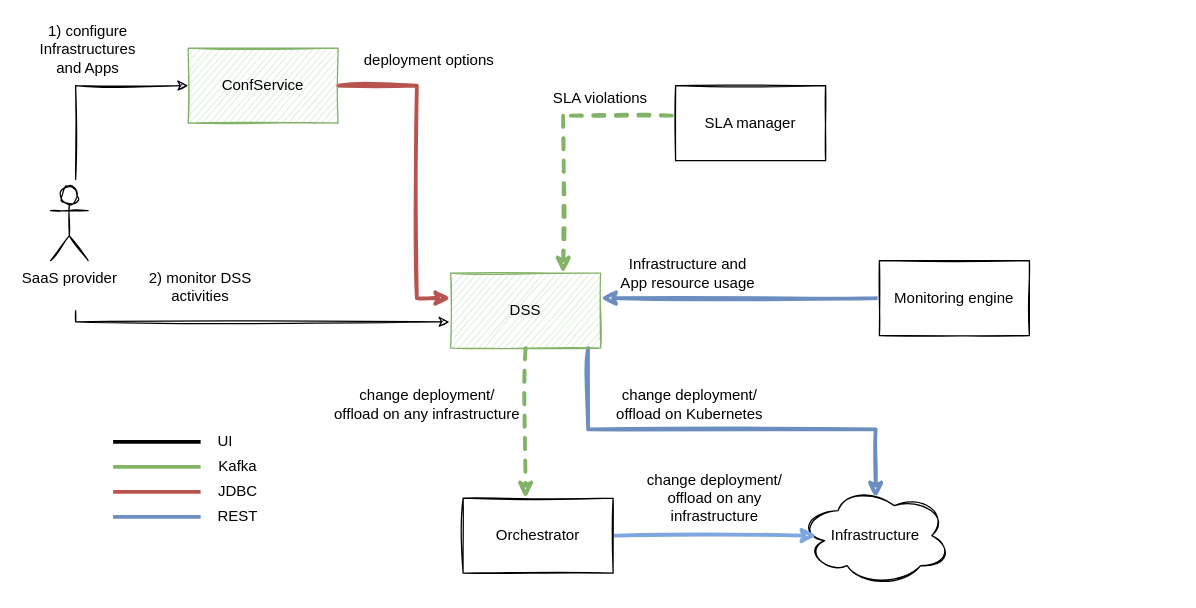
redblade/confservicedss keeps this draw.io diagram as doc/architecture/confservice_dss.drawio. Above is the earlier version. Source tidied: cells renumbered, new cells numbered last; positions are measured from the earlier drawing's top-left corner, leaving out a move shared by most shapes. Both pictures are drawn from the tidied source at 125%, with x=0, y=0 at pixel (25, 48).
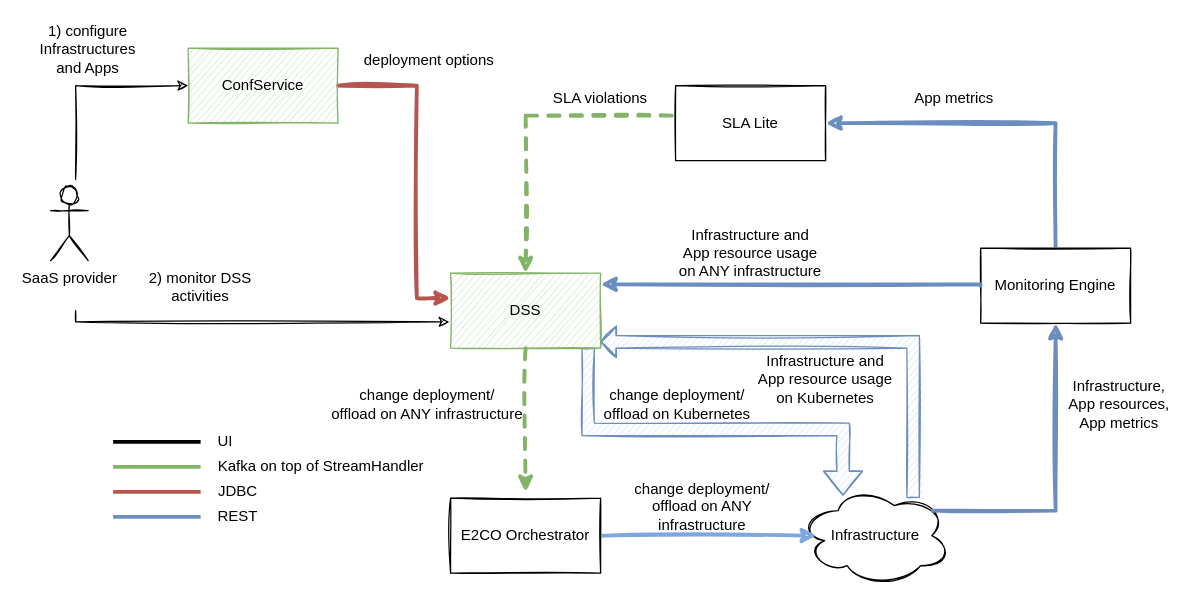
Above is the later version.

Unchanged cells that the change refers to:
```xml
<mxCell id="6" value="DSS" style="rounded=0;whiteSpace=wrap;html=1;sketch=1;fillColor=#d5e8d4;strokeColor=#82b366;" parent="1" vertex="1">
  <mxGeometry x="340" y="180" width="120" height="60" as="geometry" />
</mxCell>
<mxCell id="22" value="Infrastructure" style="ellipse;shape=cloud;whiteSpace=wrap;html=1;shadow=0;sketch=1;" parent="1" vertex="1">
  <mxGeometry x="620" y="350" width="120" height="80" as="geometry" />
</mxCell>
```

What changed in the source:
```diff
@@
-    <mxCell id="4" value="SLA manager" style="rounded=0;whiteSpace=wrap;html=1;sketch=1;" parent="1" vertex="1">
+    <mxCell id="4" value="SLA Lite" style="rounded=0;whiteSpace=wrap;html=1;sketch=1;" parent="1" vertex="1">
       <mxGeometry x="520" y="30" width="120" height="60" as="geometry" />
     </mxCell>
-    <mxCell id="5" style="edgeStyle=orthogonalEdgeStyle;rounded=0;sketch=1;jettySize=auto;html=1;entryX=0.5;entryY=0.125;entryDx=0;entryDy=0;entryPerimeter=0;strokeColor=#6c8ebf;strokeWidth=3;fillColor=#dae8fc;" parent="1" edge="1" source="6" target="22">
+    <mxCell id="5" style="edgeStyle=orthogonalEdgeStyle;rounded=0;sketch=1;jettySize=auto;html=1;entryX=0.283;entryY=0.1;entryDx=0;entryDy=0;entryPerimeter=0;strokeColor=#6c8ebf;strokeWidth=1;fillColor=#dae8fc;shape=flexArrow;" parent="1" edge="1" source="6" target="22">
       <mxGeometry relative="1" as="geometry">
         <Array as="points">
           <mxPoint x="450" y="305" />
-          <mxPoint x="680" y="305" />
+          <mxPoint x="654" y="305" />
         </Array>
       </mxGeometry>
     </mxCell>
@@
-    <mxCell id="7" style="edgeStyle=orthogonalEdgeStyle;rounded=0;sketch=1;jettySize=auto;html=1;fillColor=#dae8fc;strokeColor=#6c8ebf;strokeWidth=3;exitX=0;exitY=0.5;exitDx=0;exitDy=0;" parent="1" edge="1" source="8">
+    <mxCell id="7" style="edgeStyle=orthogonalEdgeStyle;rounded=0;sketch=1;jettySize=auto;html=1;fillColor=#dae8fc;strokeColor=#6c8ebf;strokeWidth=3;exitX=0.5;exitY=0;exitDx=0;exitDy=0;entryX=1;entryY=0.5;entryDx=0;entryDy=0;" parent="1" edge="1" source="8" target="4">
       <mxGeometry relative="1" as="geometry">
-        <mxPoint x="460" y="200" as="targetPoint" />
         <Array as="points">
-          <mxPoint x="683" y="200" />
-          <mxPoint x="683" y="200" />
+          <mxPoint x="824" y="60" />
         </Array>
       </mxGeometry>
     </mxCell>
-    <mxCell id="8" value="Monitoring engine" style="rounded=0;whiteSpace=wrap;html=1;sketch=1;" parent="1" vertex="1">
-      <mxGeometry x="683" y="170" width="120" height="60" as="geometry" />
+    <mxCell id="8" value="Monitoring Engine" style="rounded=0;whiteSpace=wrap;html=1;sketch=1;" parent="1" vertex="1">
+      <mxGeometry x="764" y="160" width="120" height="60" as="geometry" />
     </mxCell>
@@
-    <mxCell id="10" value="Infrastructure and App resource usage" style="text;html=1;strokeColor=none;fillColor=none;align=center;verticalAlign=middle;whiteSpace=wrap;rounded=0;shadow=0;sketch=1;" parent="1" vertex="1">
-      <mxGeometry x="470" y="170" width="120" height="20" as="geometry" />
+    <mxCell id="10" value="App metrics" style="text;html=1;strokeColor=none;fillColor=none;align=center;verticalAlign=middle;whiteSpace=wrap;rounded=0;shadow=0;sketch=1;" parent="1" vertex="1">
+      <mxGeometry x="683" y="30" width="120" height="20" as="geometry" />
     </mxCell>
@@
-    <mxCell id="14" style="edgeStyle=orthogonalEdgeStyle;rounded=0;sketch=1;jettySize=auto;html=1;entryX=0.75;entryY=0;entryDx=0;entryDy=0;strokeColor=#82b366;strokeWidth=3;fillColor=#d5e8d4;exitX=-0.025;exitY=0.4;exitDx=0;exitDy=0;exitPerimeter=0;dashed=1;" parent="1" edge="1" source="4" target="6">
+    <mxCell id="14" style="edgeStyle=orthogonalEdgeStyle;rounded=0;sketch=1;jettySize=auto;html=1;strokeColor=#82b366;strokeWidth=3;fillColor=#d5e8d4;exitX=-0.025;exitY=0.4;exitDx=0;exitDy=0;exitPerimeter=0;dashed=1;" parent="1" edge="1" source="4">
       <mxGeometry relative="1" as="geometry">
+        <mxPoint x="400" y="180" as="targetPoint" />
         <Array as="points">
-          <mxPoint x="430" y="54" />
+          <mxPoint x="400" y="54" />
+          <mxPoint x="400" y="180" />
         </Array>
       </mxGeometry>
     </mxCell>
@@
-    <mxCell id="16" value="Kafka" style="text;html=1;strokeColor=none;fillColor=none;align=center;verticalAlign=middle;whiteSpace=wrap;rounded=0;shadow=0;sketch=1;" parent="1" vertex="1">
-      <mxGeometry x="155" y="325" width="30" height="20" as="geometry" />
+    <mxCell id="16" value="Kafka on top of StreamHandler" style="text;html=1;strokeColor=none;fillColor=none;align=center;verticalAlign=middle;whiteSpace=wrap;rounded=0;shadow=0;sketch=1;" parent="1" vertex="1">
+      <mxGeometry x="149" y="325" width="175" height="20" as="geometry" />
     </mxCell>
@@
-    <mxCell id="24" value="Orchestrator" style="rounded=0;whiteSpace=wrap;html=1;sketch=1;" parent="1" vertex="1">
-      <mxGeometry x="350" y="360" width="120" height="60" as="geometry" />
+    <mxCell id="24" value="E2CO Orchestrator" style="rounded=0;whiteSpace=wrap;html=1;sketch=1;" parent="1" vertex="1">
+      <mxGeometry x="340" y="360" width="120" height="60" as="geometry" />
     </mxCell>
-    <mxCell id="25" value="change deployment/&lt;br&gt;offload on any infrastructure" style="text;html=1;strokeColor=none;fillColor=none;align=center;verticalAlign=middle;whiteSpace=wrap;rounded=0;shadow=0;sketch=1;" parent="1" vertex="1">
+    <mxCell id="25" value="change deployment/&lt;br&gt;offload on ANY infrastructure" style="text;html=1;strokeColor=none;fillColor=none;align=center;verticalAlign=middle;whiteSpace=wrap;rounded=0;shadow=0;sketch=1;" parent="1" vertex="1">
       <mxGeometry x="243" y="275" width="157" height="20" as="geometry" />
     </mxCell>
-    <mxCell id="26" style="edgeStyle=orthogonalEdgeStyle;rounded=0;sketch=1;jettySize=auto;html=1;entryX=0.417;entryY=0;entryDx=0;entryDy=0;entryPerimeter=0;strokeColor=#82b366;strokeWidth=3;fillColor=#d5e8d4;dashed=1;exitX=0.5;exitY=1;exitDx=0;exitDy=0;" parent="1" edge="1" source="6" target="24">
+    <mxCell id="26" style="edgeStyle=orthogonalEdgeStyle;rounded=0;sketch=1;jettySize=auto;html=1;strokeColor=#82b366;strokeWidth=3;fillColor=#d5e8d4;dashed=1;exitX=0.5;exitY=1;exitDx=0;exitDy=0;" parent="1" edge="1" source="6">
       <mxGeometry relative="1" as="geometry">
+        <mxPoint x="400" y="355" as="targetPoint" />
         <Array as="points">
           <mxPoint x="400" y="350" />
           <mxPoint x="400" y="350" />
         </Array>
       </mxGeometry>
     </mxCell>
     <mxCell id="27" value="change deployment/&lt;br&gt;offload on Kubernetes" style="text;html=1;strokeColor=none;fillColor=none;align=center;verticalAlign=middle;whiteSpace=wrap;rounded=0;shadow=0;sketch=1;" parent="1" vertex="1">
-      <mxGeometry x="470" y="275" width="123" height="20" as="geometry" />
+      <mxGeometry x="460" y="275" width="123" height="20" as="geometry" />
     </mxCell>
@@
-    <mxCell id="30" value="change deployment/&lt;br&gt;offload on any infrastructure" style="text;html=1;strokeColor=none;fillColor=none;align=center;verticalAlign=middle;whiteSpace=wrap;rounded=0;shadow=0;sketch=1;" parent="1" vertex="1">
-      <mxGeometry x="490" y="350" width="123" height="20" as="geometry" />
+    <mxCell id="30" value="change deployment/&lt;br&gt;offload on ANY infrastructure" style="text;html=1;strokeColor=none;fillColor=none;align=center;verticalAlign=middle;whiteSpace=wrap;rounded=0;shadow=0;sketch=1;" parent="1" vertex="1">
+      <mxGeometry x="480" y="357" width="123" height="20" as="geometry" />
     </mxCell>
@@
+    <mxCell id="33" style="edgeStyle=orthogonalEdgeStyle;rounded=0;sketch=1;jettySize=auto;html=1;fillColor=#dae8fc;strokeColor=#6c8ebf;strokeWidth=3;exitX=0.88;exitY=0.25;exitDx=0;exitDy=0;exitPerimeter=0;entryX=0.5;entryY=1;entryDx=0;entryDy=0;" parent="1" edge="1" source="22" target="8">
+      <mxGeometry relative="1" as="geometry">
+        <Array as="points">
+          <mxPoint x="824" y="370" />
+        </Array>
+      </mxGeometry>
+    </mxCell>
+    <mxCell id="34" value="Infrastructure, App resources, App metrics" style="text;html=1;strokeColor=none;fillColor=none;align=center;verticalAlign=middle;whiteSpace=wrap;rounded=0;shadow=0;sketch=1;" parent="1" vertex="1">
+      <mxGeometry x="830" y="275" width="90" height="20" as="geometry" />
+    </mxCell>
+    <mxCell id="35" style="edgeStyle=orthogonalEdgeStyle;rounded=0;sketch=1;jettySize=auto;html=1;fillColor=#dae8fc;strokeColor=#6c8ebf;strokeWidth=3;entryX=1;entryY=0.5;entryDx=0;entryDy=0;exitX=0;exitY=0.5;exitDx=0;exitDy=0;" parent="1" edge="1" source="8">
+      <mxGeometry relative="1" as="geometry">
+        <mxPoint x="460" y="189" as="targetPoint" />
+        <Array as="points">
+          <mxPoint x="764" y="189" />
+        </Array>
+      </mxGeometry>
+    </mxCell>
+    <mxCell id="36" value="Infrastructure and App resource usage on ANY infrastructure" style="text;html=1;strokeColor=none;fillColor=none;align=center;verticalAlign=middle;whiteSpace=wrap;rounded=0;shadow=0;sketch=1;" parent="1" vertex="1">
+      <mxGeometry x="520" y="154" width="120" height="20" as="geometry" />
+    </mxCell>
+    <mxCell id="37" style="edgeStyle=orthogonalEdgeStyle;rounded=0;sketch=1;jettySize=auto;html=1;strokeColor=#6c8ebf;strokeWidth=1;fillColor=#dae8fc;shape=flexArrow;endWidth=14;endSize=3.67;exitX=0.75;exitY=0.125;exitDx=0;exitDy=0;exitPerimeter=0;" parent="1" edge="1" source="22">
+      <mxGeometry relative="1" as="geometry">
+        <mxPoint x="460" y="235" as="targetPoint" />
+        <Array as="points">
+          <mxPoint x="710" y="235" />
+        </Array>
+      </mxGeometry>
+    </mxCell>
+    <mxCell id="38" value="Infrastructure and App resource usage on Kubernetes" style="text;html=1;strokeColor=none;fillColor=none;align=center;verticalAlign=middle;whiteSpace=wrap;rounded=0;shadow=0;sketch=1;" parent="1" vertex="1">
+      <mxGeometry x="580" y="255" width="120" height="20" as="geometry" />
+    </mxCell>
```
